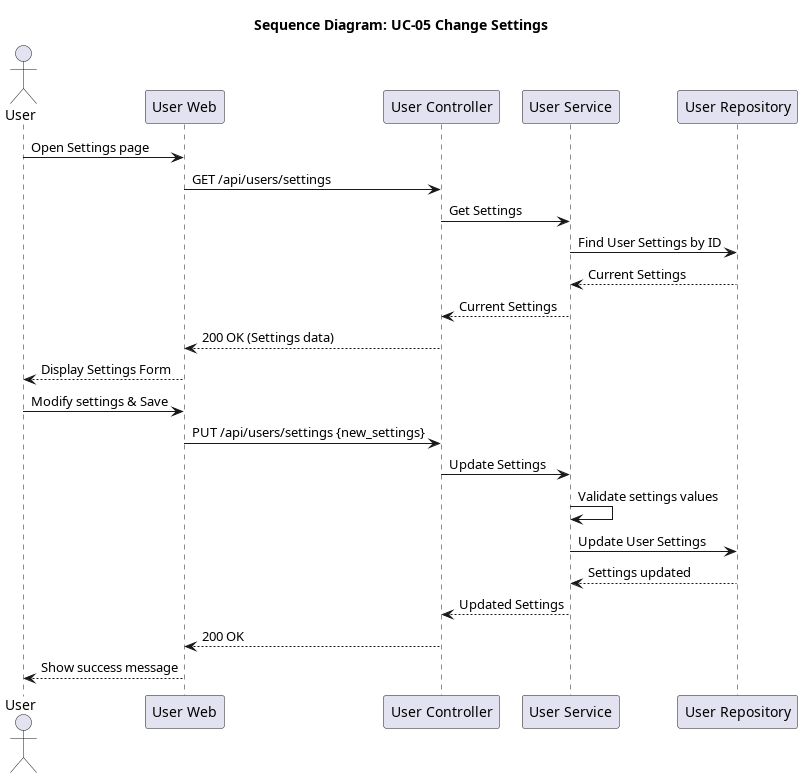
Earlier version of the PlantUML export docs/srs_add/SAD/diagrams/seq_05_change_settings.png (giakiet05/lkforum-new). Source of this version:
```plantuml
@startuml seq_05_change_settings
title Sequence Diagram: UC-05 Change Settings

actor User
participant "User Web" as Frontend
participant "User Controller" as Controller
participant "User Service" as Service
participant "User Repository" as Repo

User -> Frontend: Open Settings page
Frontend -> Controller: GET /api/users/settings
Controller -> Service: Get Settings
Service -> Repo: Find User Settings by ID
Repo --> Service: Current Settings
Service --> Controller: Current Settings
Controller --> Frontend: 200 OK (Settings data)
Frontend --> User: Display Settings Form

User -> Frontend: Modify settings & Save
Frontend -> Controller: PUT /api/users/settings {new_settings}
Controller -> Service: Update Settings
Service -> Service: Validate settings values
Service -> Repo: Update User Settings
Repo --> Service: Settings updated
Service --> Controller: Updated Settings
Controller --> Frontend: 200 OK
Frontend --> User: Show success message
@enduml
```
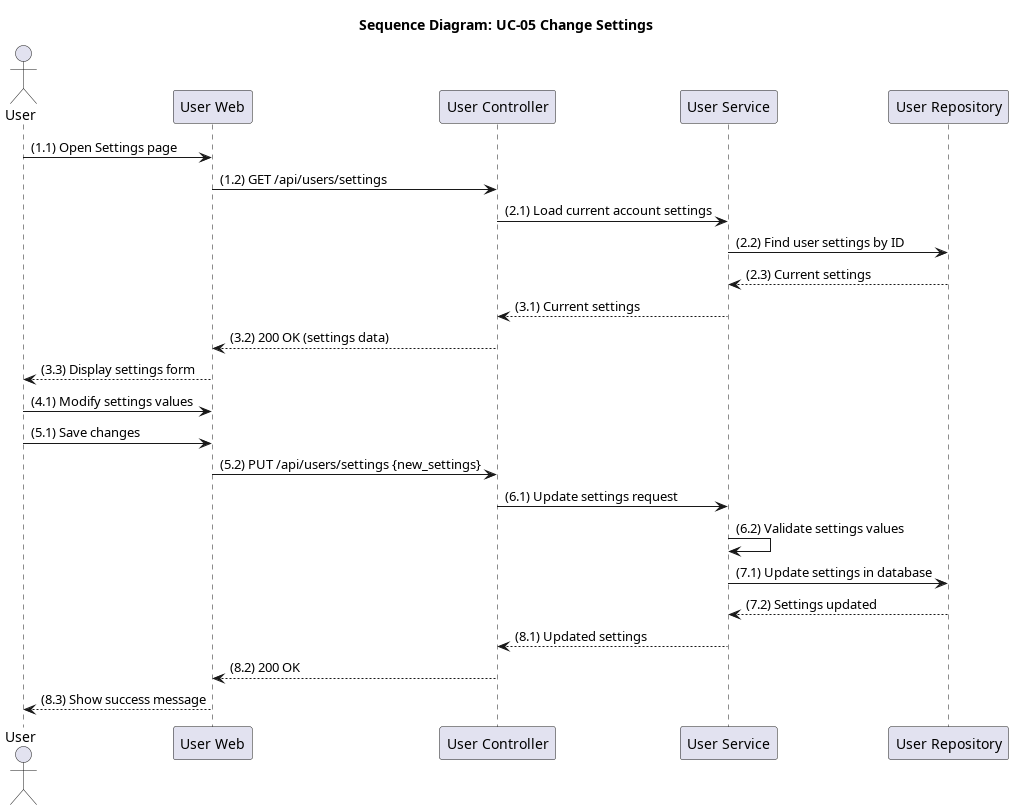
After the change.

What changed in the source:
```diff
@@ -7,22 +7,23 @@
 participant "User Service" as Service
 participant "User Repository" as Repo
 
-User -> Frontend: Open Settings page
-Frontend -> Controller: GET /api/users/settings
-Controller -> Service: Get Settings
-Service -> Repo: Find User Settings by ID
-Repo --> Service: Current Settings
-Service --> Controller: Current Settings
-Controller --> Frontend: 200 OK (Settings data)
-Frontend --> User: Display Settings Form
+User -> Frontend: (1.1) Open Settings page
+Frontend -> Controller: (1.2) GET /api/users/settings
+Controller -> Service: (2.1) Load current account settings
+Service -> Repo: (2.2) Find user settings by ID
+Repo --> Service: (2.3) Current settings
+Service --> Controller: (3.1) Current settings
+Controller --> Frontend: (3.2) 200 OK (settings data)
+Frontend --> User: (3.3) Display settings form
 
-User -> Frontend: Modify settings & Save
-Frontend -> Controller: PUT /api/users/settings {new_settings}
-Controller -> Service: Update Settings
-Service -> Service: Validate settings values
-Service -> Repo: Update User Settings
-Repo --> Service: Settings updated
-Service --> Controller: Updated Settings
-Controller --> Frontend: 200 OK
-Frontend --> User: Show success message
+User -> Frontend: (4.1) Modify settings values
+User -> Frontend: (5.1) Save changes
+Frontend -> Controller: (5.2) PUT /api/users/settings {new_settings}
+Controller -> Service: (6.1) Update settings request
+Service -> Service: (6.2) Validate settings values
+Service -> Repo: (7.1) Update settings in database
+Repo --> Service: (7.2) Settings updated
+Service --> Controller: (8.1) Updated settings
+Controller --> Frontend: (8.2) 200 OK
+Frontend --> User: (8.3) Show success message
 @enduml
```
